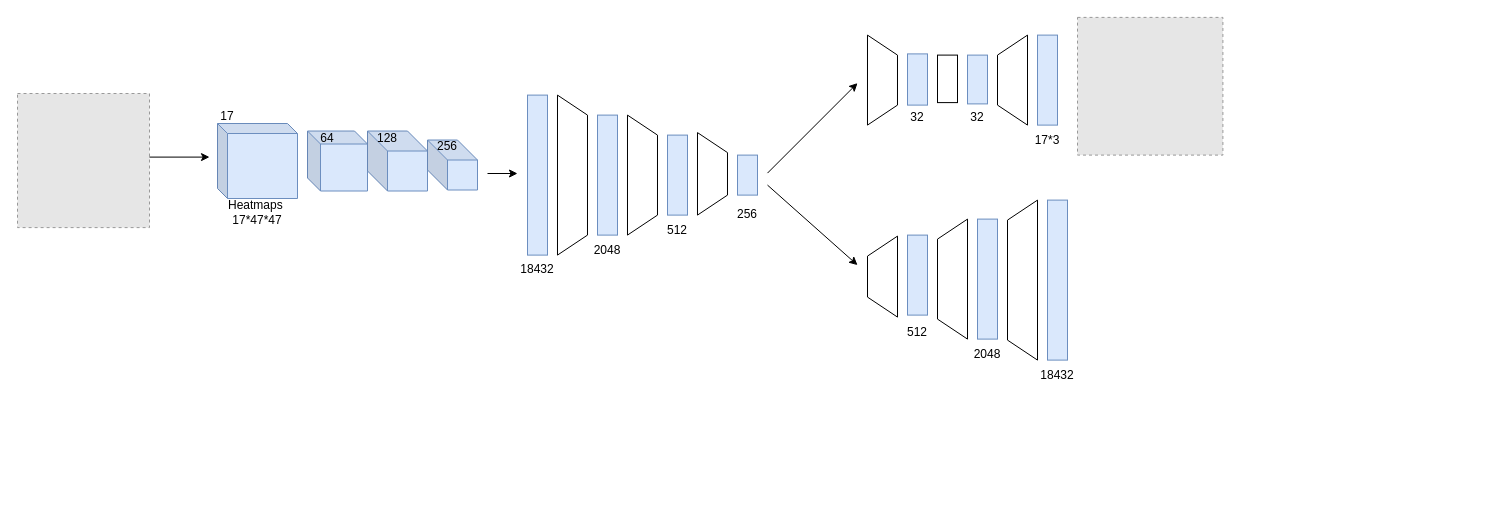
This is Untitled Diagram.drawio from kellydingzx/i_cant_understand_grahics, a draw.io file, before an edit. Source tidied: cells renumbered, new cells numbered last; positions are measured from the earlier drawing's top-left corner, leaving out a move shared by most shapes. Both pictures are drawn from the tidied source at 100%, with x=0, y=0 at pixel (17, 17). Pictures stored in the file or linked from it are replaced by grey dashed boxes.
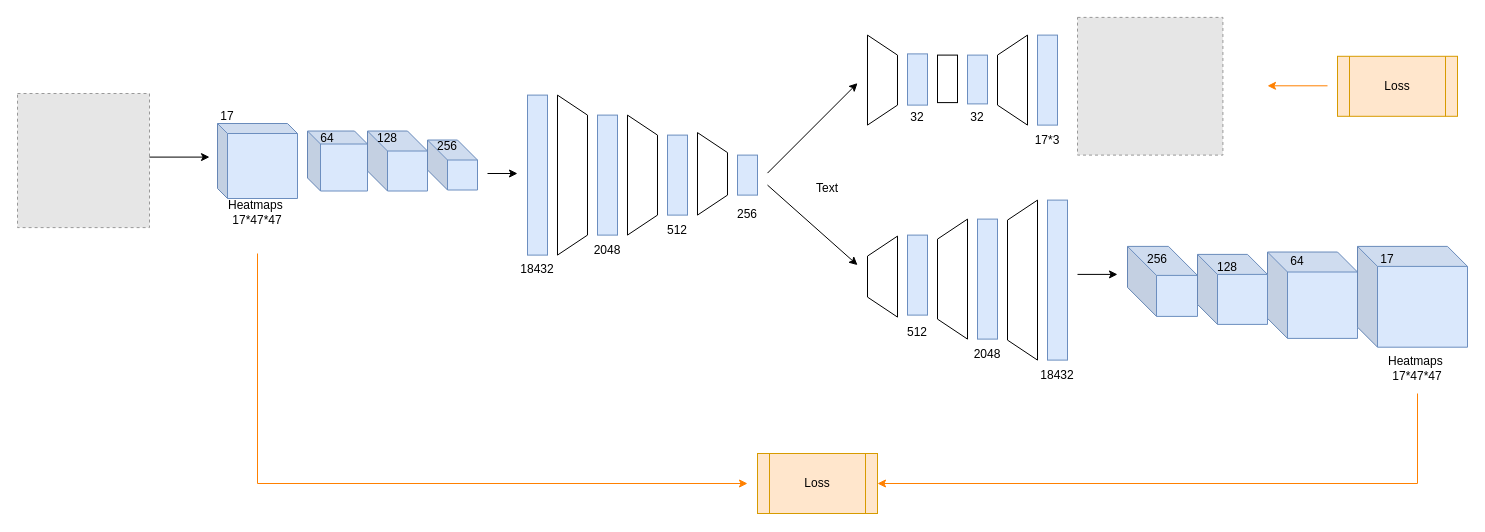
After the change.

The edit, as a diff of the source:
```diff
@@
+    <mxCell id="46" style="shape=cube;whiteSpace=wrap;html=1;boundedLbl=1;backgroundOutline=1;darkOpacity=0.05;darkOpacity2=0.1;size=20;fillColor=#dae8fc;strokeColor=#6c8ebf;" parent="1" vertex="1">
+      <mxGeometry x="1250" y="234.5" width="90" height="86.4" as="geometry" />
+    </mxCell>
+    <mxCell id="47" style="shape=cube;whiteSpace=wrap;html=1;boundedLbl=1;backgroundOutline=1;darkOpacity=0.05;darkOpacity2=0.1;size=29;fillColor=#dae8fc;strokeColor=#6c8ebf;" parent="1" vertex="1">
+      <mxGeometry x="1110" y="228.9" width="70" height="70" as="geometry" />
+    </mxCell>
+    <mxCell id="48" style="shape=cube;whiteSpace=wrap;html=1;boundedLbl=1;backgroundOutline=1;darkOpacity=0.05;darkOpacity2=0.1;size=20;fillColor=#dae8fc;strokeColor=#6c8ebf;" parent="1" vertex="1">
+      <mxGeometry x="1180" y="236.9" width="70" height="70" as="geometry" />
+    </mxCell>
+    <mxCell id="49" value="Text" style="text;html=1;strokeColor=none;fillColor=none;align=center;verticalAlign=middle;whiteSpace=wrap;rounded=0;" parent="1" vertex="1">
+      <mxGeometry x="780" y="156" width="60" height="30" as="geometry" />
+    </mxCell>
+    <mxCell id="50" value="256" style="text;html=1;strokeColor=none;fillColor=none;align=center;verticalAlign=middle;whiteSpace=wrap;rounded=0;" parent="1" vertex="1">
+      <mxGeometry x="1110" y="226.9" width="60" height="30" as="geometry" />
+    </mxCell>
+    <mxCell id="51" value="128" style="text;html=1;strokeColor=none;fillColor=none;align=center;verticalAlign=middle;whiteSpace=wrap;rounded=0;" parent="1" vertex="1">
+      <mxGeometry x="1180" y="234.5" width="60" height="30" as="geometry" />
+    </mxCell>
+    <mxCell id="52" value="64" style="text;html=1;strokeColor=none;fillColor=none;align=center;verticalAlign=middle;whiteSpace=wrap;rounded=0;" parent="1" vertex="1">
+      <mxGeometry x="1250" y="228.9" width="60" height="30" as="geometry" />
+    </mxCell>
+    <mxCell id="53" style="shape=cube;whiteSpace=wrap;html=1;boundedLbl=1;backgroundOutline=1;darkOpacity=0.05;darkOpacity2=0.1;size=20;fillColor=#dae8fc;strokeColor=#6c8ebf;" parent="1" vertex="1">
+      <mxGeometry x="1340" y="228.9" width="110" height="100.8" as="geometry" />
+    </mxCell>
+    <mxCell id="54" value="17" style="text;html=1;strokeColor=none;fillColor=none;align=center;verticalAlign=middle;whiteSpace=wrap;rounded=0;" parent="1" vertex="1">
+      <mxGeometry x="1340" y="226.9" width="60" height="30" as="geometry" />
+    </mxCell>
+    <mxCell id="55" style="endArrow=classic;html=1;rounded=0;" parent="1" edge="1">
+      <mxGeometry relative="1" as="geometry">
+        <mxPoint x="1060" y="256.9" as="sourcePoint" />
+        <mxPoint x="1100" y="256.9" as="targetPoint" />
+      </mxGeometry>
+    </mxCell>
+    <mxCell id="56" value="Heatmaps&amp;nbsp;&lt;br&gt;17*47*47" style="text;html=1;strokeColor=none;fillColor=none;align=center;verticalAlign=middle;whiteSpace=wrap;rounded=0;" parent="1" vertex="1">
+      <mxGeometry x="1370" y="336" width="60" height="30" as="geometry" />
+    </mxCell>
+    <mxCell id="57" value="Loss" style="shape=process;whiteSpace=wrap;html=1;backgroundOutline=1;fillColor=#ffe6cc;strokeColor=#d79b00;" parent="1" vertex="1">
+      <mxGeometry x="740" y="436" width="120" height="60" as="geometry" />
+    </mxCell>
+    <mxCell id="58" style="endArrow=classic;html=1;rounded=0;entryX=1;entryY=0.5;entryDx=0;entryDy=0;strokeColor=#FF8000;" parent="1" edge="1" target="57">
+      <mxGeometry relative="1" as="geometry">
+        <mxPoint x="1400" y="376" as="sourcePoint" />
+        <Array as="points">
+          <mxPoint x="1400" y="466" />
+        </Array>
+      </mxGeometry>
+    </mxCell>
+    <mxCell id="59" style="endArrow=classic;html=1;rounded=0;strokeColor=#FF8000;" parent="1" edge="1">
+      <mxGeometry relative="1" as="geometry">
+        <mxPoint x="240" y="236" as="sourcePoint" />
+        <mxPoint x="730" y="466" as="targetPoint" />
+        <Array as="points">
+          <mxPoint x="240" y="466" />
+        </Array>
+      </mxGeometry>
+    </mxCell>
+    <mxCell id="60" value="Loss" style="shape=process;whiteSpace=wrap;html=1;backgroundOutline=1;fillColor=#ffe6cc;strokeColor=#d79b00;" parent="1" vertex="1">
+      <mxGeometry x="1320" y="38.8" width="120" height="60" as="geometry" />
+    </mxCell>
+    <mxCell id="61" style="endArrow=classic;html=1;rounded=0;strokeColor=#FF8000;" parent="1" edge="1">
+      <mxGeometry relative="1" as="geometry">
+        <mxPoint x="1310" y="68.3" as="sourcePoint" />
+        <mxPoint x="1250" y="68.3" as="targetPoint" />
+      </mxGeometry>
+    </mxCell>
```
